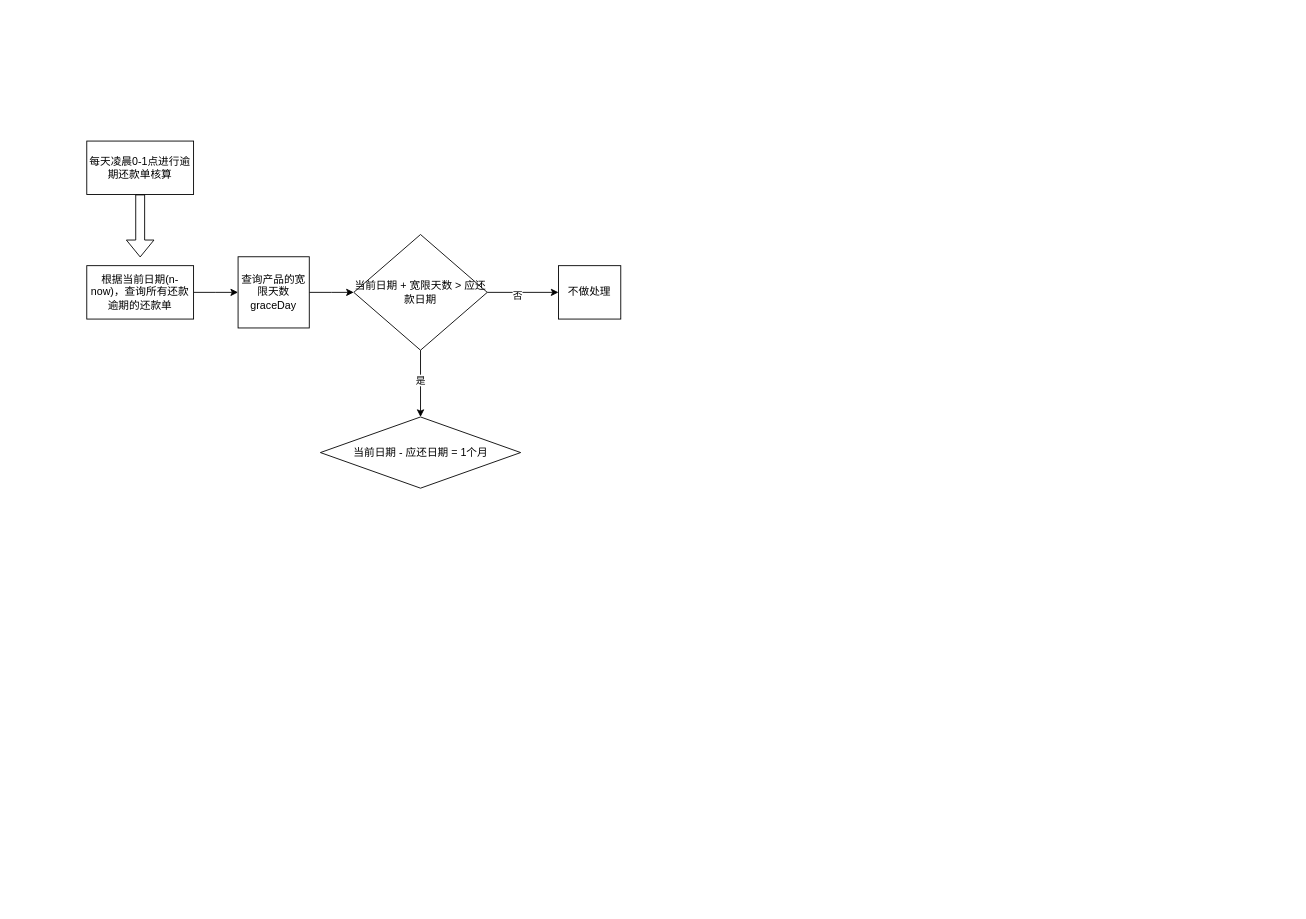
HaivenZhang/draw-io-files keeps this draw.io diagram as 还款设计.drawio. Above is the earlier version. Source tidied: cells renumbered, new cells numbered last; positions are measured from the earlier drawing's top-left corner, leaving out a move shared by most shapes. Both pictures are drawn from the tidied source at 89%, with x=0, y=0 at pixel (86, 141).
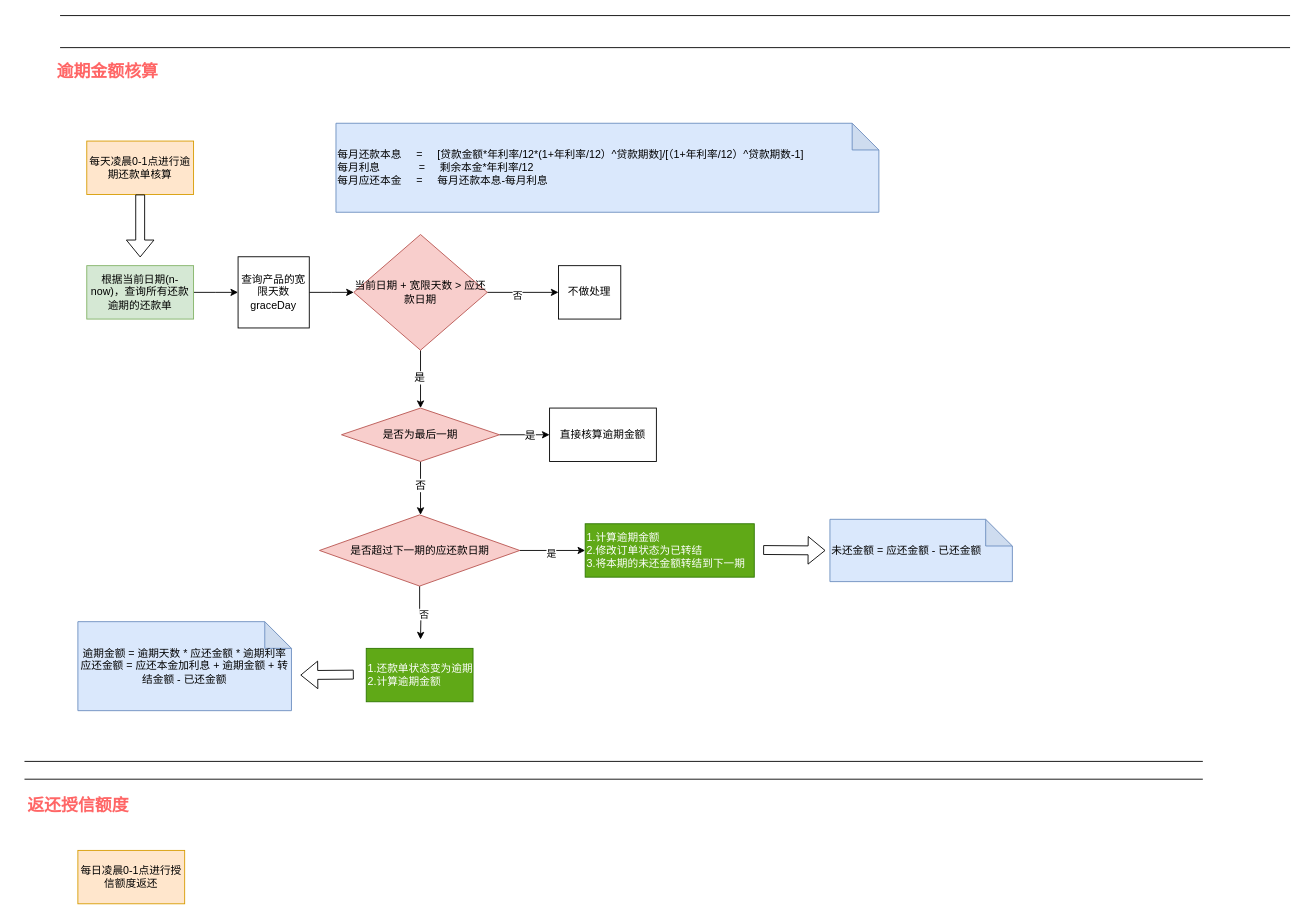
The same diagram, later.

Commit message:
更新还款设计.drawio

Change to the diagram source:
```diff
@@
-    <mxCell id="2" value="每天凌晨0-1点进行逾期还款单核算" style="rounded=0;whiteSpace=wrap;html=1;" parent="1" vertex="1">
+    <mxCell id="2" value="每天凌晨0-1点进行逾期还款单核算" style="rounded=0;whiteSpace=wrap;html=1;fillColor=#ffe6cc;strokeColor=#d79b00;" parent="1" vertex="1">
       <mxGeometry width="120" height="60" as="geometry" />
     </mxCell>
@@
-    <mxCell id="4" value="根据当前日期(n-now)，查询所有还款逾期的还款单" style="rounded=0;whiteSpace=wrap;html=1;" parent="1" vertex="1">
+    <mxCell id="4" value="根据当前日期(n-now)，查询所有还款逾期的还款单" style="rounded=0;whiteSpace=wrap;html=1;fillColor=#d5e8d4;strokeColor=#82b366;" parent="1" vertex="1">
       <mxGeometry y="140" width="120" height="60" as="geometry" />
     </mxCell>
@@
-    <mxCell id="8" style="edgeStyle=orthogonalEdgeStyle;rounded=0;jettySize=auto;html=1;" parent="1" edge="1" source="12">
-      <mxGeometry relative="1" as="geometry">
-        <mxPoint x="375" y="310" as="targetPoint" />
-      </mxGeometry>
-    </mxCell>
-    <mxCell id="9" value="是" style="edgeLabel;html=1;align=center;verticalAlign=middle;" parent="8" vertex="1">
-      <mxGeometry x="-0.13" y="-1" relative="1" as="geometry" />
-    </mxCell>
@@
+    <mxCell id="15" style="edgeStyle=orthogonalEdgeStyle;rounded=0;jettySize=auto;html=1;exitX=0.5;exitY=1;exitDx=0;exitDy=0;fontFamily=Helvetica;fontSize=12;fontColor=default;" parent="1" edge="1" source="12">
+      <mxGeometry relative="1" as="geometry">
+        <mxPoint x="375" y="300" as="targetPoint" />
+      </mxGeometry>
+    </mxCell>
+    <mxCell id="16" value="是" style="edgeLabel;html=1;align=center;verticalAlign=middle;fontSize=12;fontFamily=Helvetica;fontColor=default;" parent="15" vertex="1">
+      <mxGeometry x="-0.08" y="-2" relative="1" as="geometry" />
+    </mxCell>
-    <mxCell id="12" value="当前日期 + 宽限天数 &amp;gt; 应还款日期" style="rhombus;whiteSpace=wrap;html=1;" parent="1" vertex="1">
+    <mxCell id="12" value="当前日期 + 宽限天数 &amp;gt; 应还款日期" style="rhombus;whiteSpace=wrap;html=1;fillColor=#f8cecc;strokeColor=#b85450;" parent="1" vertex="1">
       <mxGeometry x="300" y="105" width="150" height="130" as="geometry" />
     </mxCell>
@@
+    <mxCell id="17" style="edgeStyle=orthogonalEdgeStyle;rounded=0;jettySize=auto;html=1;exitX=1;exitY=0.5;exitDx=0;exitDy=0;" parent="1" edge="1" source="14">
+      <mxGeometry relative="1" as="geometry">
+        <mxPoint x="560" y="460" as="targetPoint" />
+      </mxGeometry>
+    </mxCell>
+    <mxCell id="9" value="是" style="edgeLabel;html=1;align=center;verticalAlign=middle;" parent="17" vertex="1">
+      <mxGeometry x="-0.05" y="-3" relative="1" as="geometry" />
+    </mxCell>
+    <mxCell id="18" style="edgeStyle=orthogonalEdgeStyle;rounded=0;jettySize=auto;html=1;" parent="1" edge="1" source="14">
+      <mxGeometry relative="1" as="geometry">
+        <mxPoint x="375" y="560" as="targetPoint" />
+      </mxGeometry>
+    </mxCell>
+    <mxCell id="19" value="否" style="edgeLabel;html=1;align=center;verticalAlign=middle;" parent="18" vertex="1">
+      <mxGeometry x="0.07" y="3" relative="1" as="geometry" />
+    </mxCell>
-    <mxCell id="14" value="当前日期 - 应还日期 = 1个月" style="rhombus;whiteSpace=wrap;html=1;" parent="1" vertex="1">
-      <mxGeometry x="262.5" y="310" width="225" height="80" as="geometry" />
+    <mxCell id="14" value="是否超过下一期的应还款日期" style="rhombus;whiteSpace=wrap;html=1;fillColor=#f8cecc;strokeColor=#b85450;" parent="1" vertex="1">
+      <mxGeometry x="261.5" y="420" width="225" height="80" as="geometry" />
     </mxCell>
+    <mxCell id="20" value="&lt;div&gt;1.计算逾期金额&lt;/div&gt;&lt;div&gt;2.修改订单状态为已转结&lt;/div&gt;&lt;div&gt;3.将本期的未还金额转结到下一期&lt;br&gt;&lt;/div&gt;" style="rounded=0;whiteSpace=wrap;html=1;align=left;fillColor=#60a917;fontColor=#ffffff;strokeColor=#2D7600;" parent="1" vertex="1">
+      <mxGeometry x="560" y="430" width="190" height="60" as="geometry" />
+    </mxCell>
+    <mxCell id="21" value="&lt;div align=&quot;left&quot;&gt;1.还款单状态变为逾期&lt;/div&gt;&lt;div align=&quot;left&quot;&gt;2.计算逾期金额&lt;br&gt;&lt;/div&gt;" style="rounded=0;whiteSpace=wrap;html=1;align=left;fillColor=#60a917;fontColor=#ffffff;strokeColor=#2D7600;" parent="1" vertex="1">
+      <mxGeometry x="314" y="570" width="120" height="60" as="geometry" />
+    </mxCell>
+    <mxCell id="22" value="&lt;div&gt;每月还款本息&amp;nbsp;&amp;nbsp;&amp;nbsp;&amp;nbsp; = &lt;span style=&quot;&quot;&gt;&lt;span style=&quot;&quot;&gt;&amp;nbsp;&amp;nbsp;&amp;nbsp;&amp;nbsp;&lt;/span&gt;&lt;/span&gt;[贷款金额*年利率/12*(1+年利率/12）^贷款期数]/[（1+年利率/12）^贷款期数-1]&lt;span style=&quot;&quot; class=&quot;text-only&quot;&gt;&lt;br&gt;&lt;/span&gt;&lt;/div&gt;&lt;div&gt;&lt;span style=&quot;&quot; class=&quot;text-only&quot;&gt;每月利息&amp;nbsp;&amp;nbsp;&amp;nbsp;&amp;nbsp;&amp;nbsp;&amp;nbsp;&amp;nbsp;&amp;nbsp;&lt;span style=&quot;&quot;&gt;&lt;span style=&quot;&quot;&gt;&amp;nbsp;&amp;nbsp;&amp;nbsp;&amp;nbsp;&lt;/span&gt;&lt;/span&gt; = &lt;span style=&quot;&quot;&gt;&lt;span style=&quot;&quot;&gt;&amp;nbsp;&amp;nbsp;&amp;nbsp;&amp;nbsp;&lt;/span&gt;&lt;/span&gt;剩余本金*年利率/12&lt;/span&gt;&lt;span style=&quot;&quot; class=&quot;text-only&quot;&gt;&lt;/span&gt;&lt;span style=&quot;&quot; class=&quot;text-only&quot;&gt;&lt;br&gt;&lt;/span&gt;&lt;/div&gt;&lt;div&gt;&lt;span style=&quot;&quot; class=&quot;text-only&quot;&gt;每月应还本金&lt;span style=&quot;&quot;&gt;&lt;span style=&quot;&quot;&gt;&amp;nbsp;&amp;nbsp;&amp;nbsp;&amp;nbsp;&lt;/span&gt;&lt;/span&gt; = &lt;span style=&quot;&quot;&gt;&lt;span style=&quot;&quot;&gt;&amp;nbsp;&amp;nbsp;&amp;nbsp;&amp;nbsp;&lt;/span&gt;&lt;/span&gt;每月还款本息-每月利息&lt;/span&gt;&lt;/div&gt;" style="shape=note;whiteSpace=wrap;html=1;backgroundOutline=1;darkOpacity=0.05;rounded=0;strokeColor=#6c8ebf;fontFamily=Helvetica;fontSize=12;fillColor=#dae8fc;align=left;" parent="1" vertex="1">
+      <mxGeometry x="280" y="-20" width="610" height="100" as="geometry" />
+    </mxCell>
+    <mxCell id="23" style="shape=flexArrow;endArrow=classic;html=1;rounded=0;fontFamily=Helvetica;fontSize=12;fontColor=default;" parent="1" edge="1">
+      <mxGeometry relative="1" as="geometry">
+        <mxPoint x="300" y="599.5" as="sourcePoint" />
+        <mxPoint x="240" y="600" as="targetPoint" />
+      </mxGeometry>
+    </mxCell>
+    <mxCell id="24" value="&lt;div&gt;逾期金额 = 逾期天数 * 应还金额 * 逾期利率&lt;/div&gt;&lt;div&gt;应还金额 = 应还本金加利息 + 逾期金额 + 转结金额 - 已还金额 &lt;br&gt;&lt;/div&gt;" style="shape=note;whiteSpace=wrap;html=1;backgroundOutline=1;darkOpacity=0.05;rounded=0;strokeColor=#6c8ebf;fontFamily=Helvetica;fontSize=12;fillColor=#dae8fc;" parent="1" vertex="1">
+      <mxGeometry x="-10" y="540" width="240" height="100" as="geometry" />
+    </mxCell>
+    <mxCell id="25" style="edgeStyle=orthogonalEdgeStyle;rounded=0;jettySize=auto;html=1;fontFamily=Helvetica;fontSize=12;fontColor=default;" parent="1" edge="1" source="29">
+      <mxGeometry relative="1" as="geometry">
+        <mxPoint x="375" y="420" as="targetPoint" />
+      </mxGeometry>
+    </mxCell>
+    <mxCell id="26" value="否" style="edgeLabel;html=1;align=center;verticalAlign=middle;fontSize=12;fontFamily=Helvetica;fontColor=default;" parent="25" vertex="1">
+      <mxGeometry x="-0.11" y="-1" relative="1" as="geometry" />
+    </mxCell>
+    <mxCell id="27" style="edgeStyle=orthogonalEdgeStyle;rounded=0;jettySize=auto;html=1;exitX=1;exitY=0.5;exitDx=0;exitDy=0;fontFamily=Helvetica;fontSize=12;fontColor=default;" parent="1" edge="1" source="29">
+      <mxGeometry relative="1" as="geometry">
+        <mxPoint x="520" y="330" as="targetPoint" />
+      </mxGeometry>
+    </mxCell>
+    <mxCell id="28" value="是" style="edgeLabel;html=1;align=center;verticalAlign=middle;fontSize=12;fontFamily=Helvetica;fontColor=default;" parent="27" vertex="1">
+      <mxGeometry x="0.19" relative="1" as="geometry" />
+    </mxCell>
+    <mxCell id="29" value="是否为最后一期" style="rhombus;whiteSpace=wrap;html=1;fillColor=#f8cecc;strokeColor=#b85450;" parent="1" vertex="1">
+      <mxGeometry x="286.2" y="300" width="177.5" height="60" as="geometry" />
+    </mxCell>
+    <mxCell id="30" value="直接核算逾期金额" style="rounded=0;whiteSpace=wrap;html=1;strokeColor=default;fontFamily=Helvetica;fontSize=12;fontColor=default;fillColor=default;" parent="1" vertex="1">
+      <mxGeometry x="520" y="300" width="120" height="60" as="geometry" />
+    </mxCell>
+    <mxCell id="31" style="shape=flexArrow;endArrow=classic;html=1;rounded=0;fontFamily=Helvetica;fontSize=12;fontColor=default;" parent="1" edge="1">
+      <mxGeometry relative="1" as="geometry">
+        <mxPoint x="760" y="459.5" as="sourcePoint" />
+        <mxPoint x="830" y="460" as="targetPoint" />
+      </mxGeometry>
+    </mxCell>
+    <mxCell id="32" value="&lt;div&gt;未还金额 = 应还金额 - 已还金额 &lt;br&gt;&lt;/div&gt;" style="shape=note;whiteSpace=wrap;html=1;backgroundOutline=1;darkOpacity=0.05;rounded=0;strokeColor=#6c8ebf;fontFamily=Helvetica;fontSize=12;fillColor=#dae8fc;align=left;" parent="1" vertex="1">
+      <mxGeometry x="835" y="425" width="205" height="70" as="geometry" />
+    </mxCell>
+    <mxCell id="33" style="shape=link;html=1;rounded=0;fontFamily=Helvetica;fontSize=12;fontColor=default;width=20;" parent="1" edge="1">
+      <mxGeometry relative="1" as="geometry">
+        <mxPoint x="-70" y="707" as="sourcePoint" />
+        <mxPoint x="1254" y="707" as="targetPoint" />
+      </mxGeometry>
+    </mxCell>
+    <mxCell id="34" style="shape=link;html=1;rounded=0;fontFamily=Helvetica;fontSize=12;fontColor=default;width=36;" parent="1" edge="1">
+      <mxGeometry relative="1" as="geometry">
+        <mxPoint x="-30" y="-123" as="sourcePoint" />
+        <mxPoint x="1352" y="-123" as="targetPoint" />
+      </mxGeometry>
+    </mxCell>
+    <mxCell id="35" value="&lt;font color=&quot;#ff6666&quot; style=&quot;font-size: 19px;&quot;&gt;&lt;b style=&quot;font-size: 19px;&quot;&gt;&lt;font style=&quot;font-size: 19px;&quot;&gt;逾期金额核算&lt;/font&gt;&lt;/b&gt;&lt;/font&gt;" style="text;html=1;align=center;verticalAlign=middle;strokeColor=none;fillColor=none;fontSize=19;fontFamily=Helvetica;fontColor=default;" parent="1" vertex="1">
+      <mxGeometry x="-47" y="-98" width="140" height="40" as="geometry" />
+    </mxCell>
+    <mxCell id="36" value="&lt;font color=&quot;#ff6666&quot;&gt;&lt;b&gt;返还授信额度&lt;/b&gt;&lt;/font&gt;" style="text;html=1;align=center;verticalAlign=middle;strokeColor=none;fillColor=none;fontSize=19;fontFamily=Helvetica;fontColor=default;" parent="1" vertex="1">
+      <mxGeometry x="-80" y="727" width="140" height="40" as="geometry" />
+    </mxCell>
+    <mxCell id="37" value="每日凌晨0-1点进行授信额度返还" style="rounded=0;whiteSpace=wrap;html=1;strokeColor=#d79b00;fontFamily=Helvetica;fontSize=12;fillColor=#ffe6cc;" parent="1" vertex="1">
+      <mxGeometry x="-10" y="797" width="120" height="60" as="geometry" />
+    </mxCell>
```
